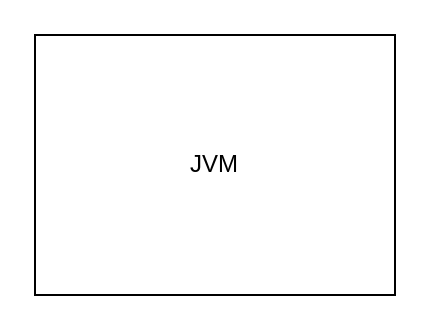
The draw.io diagram Java Agent.drawio in ChrisFynnWang/algorithm, before the edit. Source tidied: cells renumbered, new cells numbered last; positions are measured from the earlier drawing's top-left corner, leaving out a move shared by most shapes. Both pictures are drawn from the tidied source at 200%, with x=0, y=0 at pixel (34, 34).
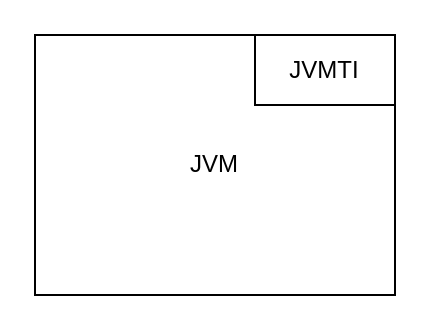
Above is the later version.

The edit, as a diff of the source:
```diff
@@
 <mxGraphModel>
   <root>
     <mxCell id="0" />
     <mxCell id="1" parent="0" />
     <mxCell id="2" value="JVM" style="rounded=0;whiteSpace=wrap;html=1;" parent="1" vertex="1">
       <mxGeometry width="180" height="130" as="geometry" />
     </mxCell>
+    <mxCell id="3" value="JVMTI" style="rounded=0;whiteSpace=wrap;html=1;" parent="1" vertex="1">
+      <mxGeometry x="110" width="70" height="35" as="geometry" />
+    </mxCell>
   </root>
 </mxGraphModel>
```
